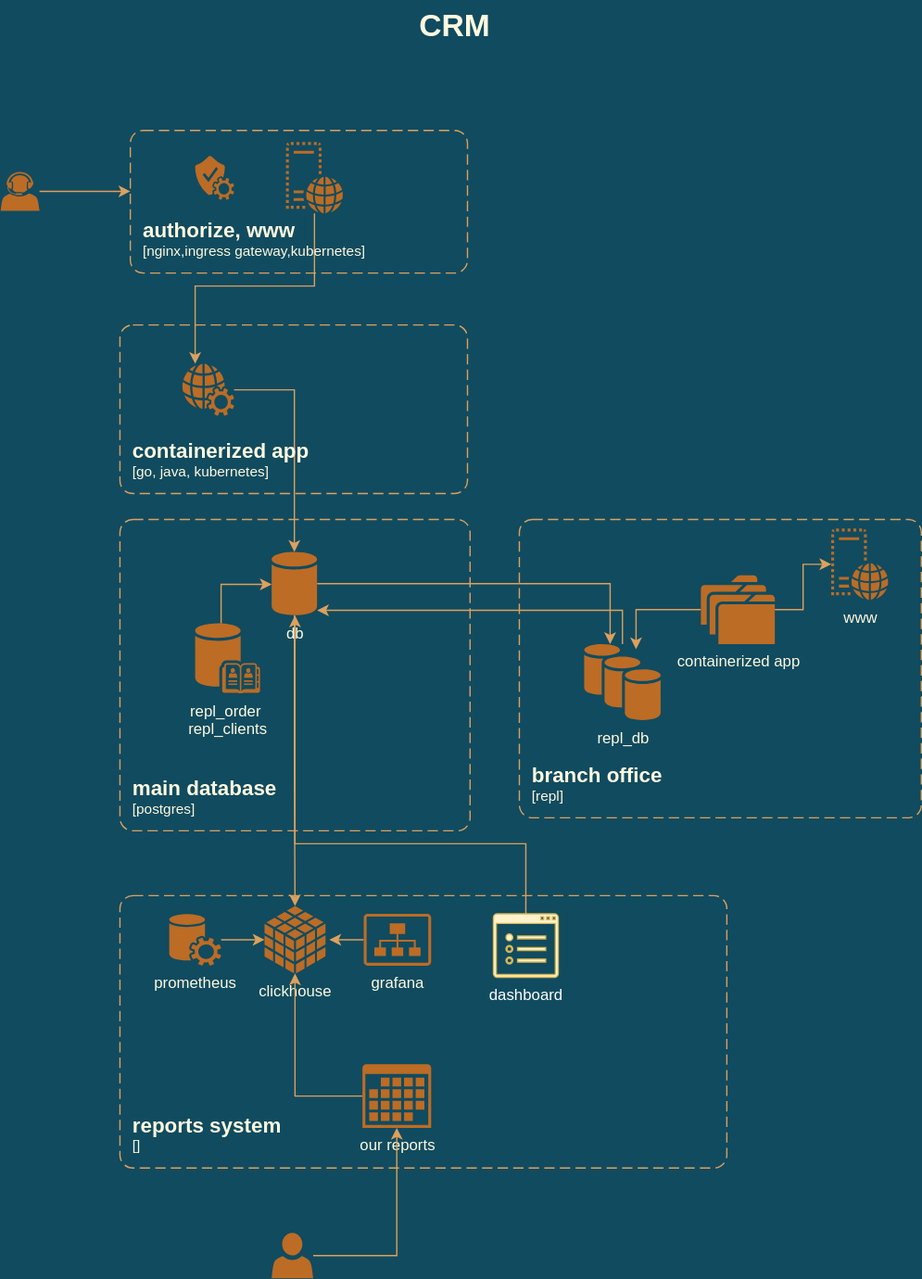
theotheo46/gb keeps this draw.io diagram as arch_schem.svg. Above is the earlier version. Source tidied: cells renumbered, new cells last; positions are measured from the earlier drawing's top-left corner, leaving out a move shared by most shapes.
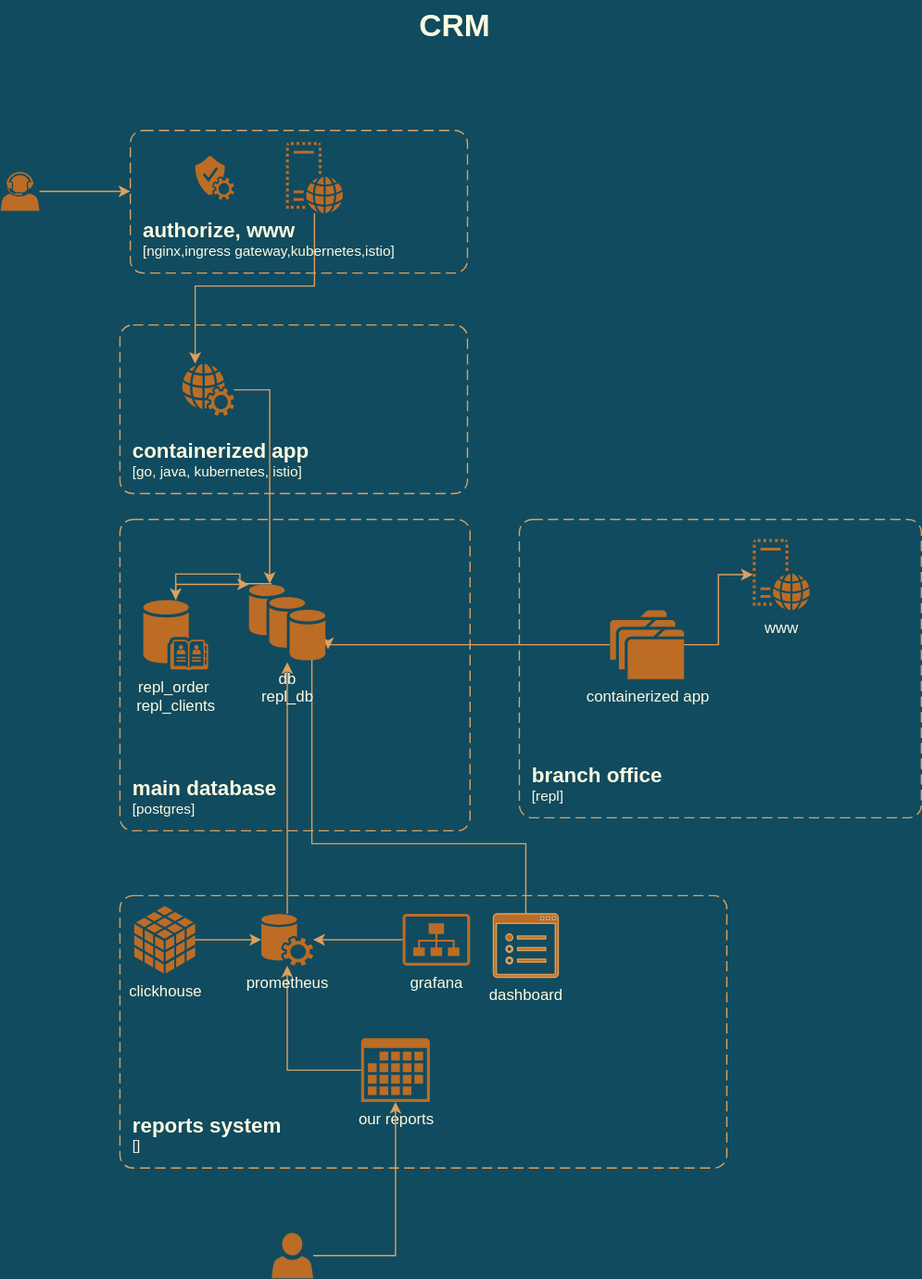
Later version of the same file.

Commit message:
IDEF0 Init

What changed in the source:
```diff
@@ -2,63 +2,51 @@
   <root>
     <mxCell id="0" />
     <mxCell id="1" parent="0" />
-    <mxCell id="2" style="edgeStyle=orthogonalEdgeStyle;rounded=0;jettySize=auto;html=1;strokeColor=#DDA15E;fontColor=#FEFAE0;fillColor=#BC6C25;" parent="1" edge="1" source="4" target="7">
-      <mxGeometry relative="1" as="geometry" />
-    </mxCell>
-    <mxCell id="3" style="edgeStyle=orthogonalEdgeStyle;rounded=0;jettySize=auto;html=1;strokeColor=#DDA15E;fontColor=#FEFAE0;fillColor=#BC6C25;" parent="1" edge="1" source="4" target="6">
-      <mxGeometry relative="1" as="geometry">
-        <Array as="points">
-          <mxPoint x="470" y="450" />
-        </Array>
-      </mxGeometry>
-    </mxCell>
-    <mxCell id="4" value="db" style="sketch=0;shadow=0;dashed=0;html=1;strokeColor=none;fillColor=#BC6C25;labelPosition=center;verticalLabelPosition=bottom;verticalAlign=top;outlineConnect=0;align=center;shape=mxgraph.office.databases.database;fontColor=#FEFAE0;" parent="1" vertex="1">
-      <mxGeometry x="209" y="425" width="35" height="49" as="geometry" />
-    </mxCell>
-    <mxCell id="5" style="edgeStyle=orthogonalEdgeStyle;rounded=0;jettySize=auto;html=1;strokeColor=#DDA15E;fontColor=#FEFAE0;fillColor=#BC6C25;" parent="1" edge="1" source="6" target="4">
-      <mxGeometry relative="1" as="geometry">
-        <Array as="points">
-          <mxPoint x="480" y="470" />
-        </Array>
-      </mxGeometry>
-    </mxCell>
-    <mxCell id="6" value="repl_db" style="sketch=0;shadow=0;dashed=0;html=1;strokeColor=none;fillColor=#BC6C25;labelPosition=center;verticalLabelPosition=bottom;verticalAlign=top;outlineConnect=0;align=center;shape=mxgraph.office.databases.database_availability_group;fontColor=#FEFAE0;" parent="1" vertex="1">
-      <mxGeometry x="450" y="496" width="59" height="59" as="geometry" />
-    </mxCell>
+    <mxCell id="36" style="edgeStyle=orthogonalEdgeStyle;rounded=0;jettySize=auto;html=1;labelBackgroundColor=#283618;strokeColor=#DDA15E;fontColor=#FEFAE0;" parent="1" edge="1" target="14">
+      <mxGeometry relative="1" as="geometry">
+        <mxPoint x="209" y="449.5" as="sourcePoint" />
+      </mxGeometry>
+    </mxCell>
+    <mxCell id="37" style="edgeStyle=orthogonalEdgeStyle;rounded=0;jettySize=auto;html=1;strokeColor=#DDA15E;fontColor=#FEFAE0;fillColor=#BC6C25;" parent="1" edge="1" source="7" target="32">
+      <mxGeometry relative="1" as="geometry" />
+    </mxCell>
     <mxCell id="7" value="clickhouse" style="sketch=0;shadow=0;dashed=0;html=1;strokeColor=none;fillColor=#BC6C25;labelPosition=center;verticalLabelPosition=bottom;verticalAlign=top;outlineConnect=0;align=center;shape=mxgraph.office.databases.database_cube;fontColor=#FEFAE0;" parent="1" vertex="1">
-      <mxGeometry x="203.5" y="698" width="47" height="52" as="geometry" />
+      <mxGeometry x="103" y="698" width="47" height="52" as="geometry" />
     </mxCell>
-    <mxCell id="8" style="edgeStyle=orthogonalEdgeStyle;rounded=0;jettySize=auto;html=1;strokeColor=#DDA15E;fontColor=#FEFAE0;fillColor=#BC6C25;" parent="1" edge="1" source="9" target="4">
-      <mxGeometry relative="1" as="geometry" />
-    </mxCell>
+    <mxCell id="38" style="edgeStyle=orthogonalEdgeStyle;rounded=0;jettySize=auto;html=1;strokeColor=#DDA15E;fontColor=#FEFAE0;fillColor=#BC6C25;entryX=0.271;entryY=-0.008;entryDx=0;entryDy=0;entryPerimeter=0;labelBackgroundColor=#283618;" parent="1" edge="1" source="9" target="47">
+      <mxGeometry relative="1" as="geometry" />
+    </mxCell>
     <mxCell id="9" style="sketch=0;shadow=0;dashed=0;html=1;strokeColor=none;fillColor=#BC6C25;labelPosition=center;verticalLabelPosition=bottom;verticalAlign=top;outlineConnect=0;align=center;shape=mxgraph.office.concepts.web_services;fontColor=#FEFAE0;" parent="1" vertex="1">
       <mxGeometry x="140" y="280" width="40" height="40" as="geometry" />
     </mxCell>
-    <mxCell id="10" style="edgeStyle=orthogonalEdgeStyle;rounded=0;jettySize=auto;html=1;strokeColor=#DDA15E;fontColor=#FEFAE0;fillColor=#BC6C25;" parent="1" edge="1" source="12">
-      <mxGeometry relative="1" as="geometry">
-        <mxPoint x="490" y="500" as="targetPoint" />
-      </mxGeometry>
-    </mxCell>
+    <mxCell id="39" style="edgeStyle=orthogonalEdgeStyle;rounded=0;jettySize=auto;html=1;strokeColor=#DDA15E;fontColor=#FEFAE0;fillColor=#BC6C25;entryX=1.034;entryY=0.847;entryDx=0;entryDy=0;entryPerimeter=0;labelBackgroundColor=#283618;" parent="1" edge="1" source="12" target="47">
+      <mxGeometry relative="1" as="geometry">
+        <Array as="points">
+          <mxPoint x="253" y="497" />
+        </Array>
+      </mxGeometry>
+    </mxCell>
-    <mxCell id="11" style="edgeStyle=orthogonalEdgeStyle;rounded=0;jettySize=auto;html=1;strokeColor=#DDA15E;fontColor=#FEFAE0;fillColor=#BC6C25;" parent="1" edge="1" source="12" target="25">
+    <mxCell id="11" style="edgeStyle=orthogonalEdgeStyle;rounded=0;jettySize=auto;html=1;strokeColor=#DDA15E;fontColor=#FEFAE0;fillColor=#BC6C25;labelBackgroundColor=#283618;" parent="1" edge="1" source="12" target="25">
       <mxGeometry relative="1" as="geometry" />
     </mxCell>
     <mxCell id="12" value="containerized app" style="sketch=0;shadow=0;dashed=0;html=1;strokeColor=none;fillColor=#BC6C25;labelPosition=center;verticalLabelPosition=bottom;verticalAlign=top;outlineConnect=0;align=center;shape=mxgraph.office.concepts.folders;fontColor=#FEFAE0;" parent="1" vertex="1">
-      <mxGeometry x="540" y="443" width="57" height="53" as="geometry" />
+      <mxGeometry x="470" y="470" width="57" height="53" as="geometry" />
     </mxCell>
-    <mxCell id="13" style="edgeStyle=orthogonalEdgeStyle;rounded=0;jettySize=auto;html=1;strokeColor=#DDA15E;fontColor=#FEFAE0;fillColor=#BC6C25;" parent="1" edge="1" source="14" target="4">
-      <mxGeometry relative="1" as="geometry">
-        <Array as="points">
-          <mxPoint x="170" y="450" />
-        </Array>
-      </mxGeometry>
-    </mxCell>
+    <mxCell id="40" style="edgeStyle=orthogonalEdgeStyle;rounded=0;jettySize=auto;html=1;strokeColor=#DDA15E;fontColor=#FEFAE0;fillColor=#BC6C25;labelBackgroundColor=#283618;" parent="1" edge="1" source="14" target="47">
+      <mxGeometry relative="1" as="geometry">
+        <Array as="points">
+          <mxPoint x="170" y="450" />
+          <mxPoint x="294" y="450" />
+        </Array>
+      </mxGeometry>
+    </mxCell>
     <mxCell id="14" value="repl_order&amp;nbsp;&lt;br&gt;repl_clients" style="sketch=0;shadow=0;dashed=0;html=1;strokeColor=none;fillColor=#BC6C25;labelPosition=center;verticalLabelPosition=bottom;verticalAlign=top;outlineConnect=0;align=center;shape=mxgraph.office.databases.address_book_store;fontColor=#FEFAE0;" parent="1" vertex="1">
-      <mxGeometry x="150" y="480" width="50" height="54" as="geometry" />
+      <mxGeometry x="110" y="462" width="50" height="54" as="geometry" />
     </mxCell>
     <mxCell id="15" value="CRM" style="text;strokeColor=none;fillColor=none;html=1;fontSize=24;fontStyle=1;verticalAlign=middle;align=center;fontColor=#FEFAE0;" parent="1" vertex="1">
       <mxGeometry x="300" width="100" height="40" as="geometry" />
     </mxCell>
-    <mxCell id="16" style="edgeStyle=orthogonalEdgeStyle;rounded=0;jettySize=auto;html=1;strokeColor=#DDA15E;fontColor=#FEFAE0;fillColor=#BC6C25;" parent="1" edge="1" source="17" target="9">
+    <mxCell id="16" style="edgeStyle=orthogonalEdgeStyle;rounded=0;jettySize=auto;html=1;strokeColor=#DDA15E;fontColor=#FEFAE0;fillColor=#BC6C25;labelBackgroundColor=#283618;" parent="1" edge="1" source="17" target="9">
       <mxGeometry relative="1" as="geometry">
         <Array as="points">
           <mxPoint x="242" y="220" />
@@ -72,20 +60,20 @@
     <mxCell id="18" style="sketch=0;shadow=0;dashed=0;html=1;strokeColor=none;fillColor=#BC6C25;labelPosition=center;verticalLabelPosition=bottom;verticalAlign=top;align=center;shape=mxgraph.office.services.verification_service;fontColor=#FEFAE0;" parent="1" vertex="1">
       <mxGeometry x="150" y="119.5" width="30" height="34" as="geometry" />
     </mxCell>
-    <mxCell id="19" style="edgeStyle=orthogonalEdgeStyle;rounded=0;jettySize=auto;html=1;strokeColor=#DDA15E;fontColor=#FEFAE0;fillColor=#BC6C25;" parent="1" edge="1" source="20">
-      <mxGeometry relative="1" as="geometry">
-        <mxPoint x="100" y="147" as="targetPoint" />
-      </mxGeometry>
-    </mxCell>
+    <mxCell id="41" style="edgeStyle=orthogonalEdgeStyle;rounded=0;jettySize=auto;html=1;strokeColor=#DDA15E;fontColor=#FEFAE0;fillColor=#BC6C25;labelBackgroundColor=#283618;" parent="1" edge="1" source="20">
+      <mxGeometry relative="1" as="geometry">
+        <mxPoint x="100" y="147" as="targetPoint" />
+      </mxGeometry>
+    </mxCell>
     <mxCell id="20" style="sketch=0;shadow=0;dashed=0;html=1;strokeColor=none;fillColor=#BC6C25;labelPosition=center;verticalLabelPosition=bottom;verticalAlign=top;outlineConnect=0;align=center;shape=mxgraph.office.users.call_center_agent;fontColor=#FEFAE0;" parent="1" vertex="1">
       <mxGeometry y="132" width="30" height="30" as="geometry" />
     </mxCell>
-    <object id="21" label="&lt;font style=&quot;font-size: 16px&quot;&gt;&lt;b&gt;&lt;div style=&quot;text-align: left&quot;&gt;%c4Name%&lt;/div&gt;&lt;/b&gt;&lt;/font&gt;&lt;div style=&quot;text-align: left&quot;&gt;[%c4Application%]&lt;/div&gt;" c4Application="nginx,ingress gateway,kubernetes" c4Name="authorize, www" c4Type="SystemScopeBoundary" placeholders="1">
+    <object id="21" label="&lt;font style=&quot;font-size: 16px&quot;&gt;&lt;b&gt;&lt;div style=&quot;text-align: left&quot;&gt;%c4Name%&lt;/div&gt;&lt;/b&gt;&lt;/font&gt;&lt;div style=&quot;text-align: left&quot;&gt;[%c4Application%]&lt;/div&gt;" c4Application="nginx,ingress gateway,kubernetes,istio" c4Name="authorize, www" c4Type="SystemScopeBoundary" placeholders="1">
       <mxCell style="rounded=1;fontSize=11;whiteSpace=wrap;html=1;dashed=1;arcSize=20;fillColor=none;strokeColor=#DDA15E;fontColor=#FEFAE0;labelBackgroundColor=none;align=left;verticalAlign=bottom;labelBorderColor=none;spacingTop=0;spacing=10;dashPattern=8 4;perimeter=rectanglePerimeter;noLabel=0;labelPadding=0;absoluteArcSize=1;" parent="1" vertex="1">
         <mxGeometry x="100" y="100" width="260" height="110" as="geometry" />
       </mxCell>
     </object>
-    <object id="22" label="&lt;font style=&quot;font-size: 16px&quot;&gt;&lt;b&gt;&lt;div style=&quot;text-align: left&quot;&gt;%c4Name%&lt;/div&gt;&lt;/b&gt;&lt;/font&gt;&lt;div style=&quot;text-align: left&quot;&gt;[%c4Application%]&lt;/div&gt;" c4Application="go, java, kubernetes" c4Name="containerized app" c4Type="SystemScopeBoundary" placeholders="1">
+    <object id="22" label="&lt;font style=&quot;font-size: 16px&quot;&gt;&lt;b&gt;&lt;div style=&quot;text-align: left&quot;&gt;%c4Name%&lt;/div&gt;&lt;/b&gt;&lt;/font&gt;&lt;div style=&quot;text-align: left&quot;&gt;[%c4Application%]&lt;/div&gt;" c4Application="go, java, kubernetes, istio" c4Name="containerized app" c4Type="SystemScopeBoundary" placeholders="1">
       <mxCell style="rounded=1;fontSize=11;whiteSpace=wrap;html=1;dashed=1;arcSize=20;fillColor=none;strokeColor=#DDA15E;fontColor=#FEFAE0;labelBackgroundColor=none;align=left;verticalAlign=bottom;labelBorderColor=none;spacingTop=0;spacing=10;dashPattern=8 4;perimeter=rectanglePerimeter;noLabel=0;labelPadding=0;absoluteArcSize=1;" parent="1" vertex="1">
         <mxGeometry x="92" y="250" width="268" height="130" as="geometry" />
       </mxCell>
@@ -101,47 +89,53 @@
       </mxCell>
     </object>
     <mxCell id="25" value="www" style="sketch=0;shadow=0;dashed=0;html=1;strokeColor=none;fillColor=#BC6C25;labelPosition=center;verticalLabelPosition=bottom;verticalAlign=top;outlineConnect=0;align=center;shape=mxgraph.office.servers.virtual_web_server;fontColor=#FEFAE0;" parent="1" vertex="1">
-      <mxGeometry x="640.5" y="407" width="44" height="55" as="geometry" />
+      <mxGeometry x="580" y="415" width="44" height="55" as="geometry" />
     </mxCell>
     <object id="26" label="&lt;font style=&quot;font-size: 16px&quot;&gt;&lt;b&gt;&lt;div style=&quot;text-align: left&quot;&gt;%c4Name%&lt;/div&gt;&lt;/b&gt;&lt;/font&gt;&lt;div style=&quot;text-align: left&quot;&gt;[%c4Application%]&lt;/div&gt;" c4Application="" c4Name="reports system" c4Type="SystemScopeBoundary" placeholders="1">
       <mxCell style="rounded=1;fontSize=11;whiteSpace=wrap;html=1;dashed=1;arcSize=20;fillColor=none;strokeColor=#DDA15E;fontColor=#FEFAE0;labelBackgroundColor=none;align=left;verticalAlign=bottom;labelBorderColor=none;spacingTop=0;spacing=10;dashPattern=8 4;perimeter=rectanglePerimeter;noLabel=0;labelPadding=0;absoluteArcSize=1;" parent="1" vertex="1">
         <mxGeometry x="92" y="690" width="468" height="210" as="geometry" />
       </mxCell>
     </object>
-    <mxCell id="27" style="edgeStyle=orthogonalEdgeStyle;rounded=0;jettySize=auto;html=1;strokeColor=#DDA15E;fontColor=#FEFAE0;fillColor=#BC6C25;" parent="1" edge="1" source="28" target="7">
-      <mxGeometry relative="1" as="geometry" />
-    </mxCell>
+    <mxCell id="42" style="edgeStyle=orthogonalEdgeStyle;rounded=0;jettySize=auto;html=1;labelBackgroundColor=#283618;strokeColor=#DDA15E;fontColor=#FEFAE0;" parent="1" edge="1" source="28" target="32">
+      <mxGeometry relative="1" as="geometry" />
+    </mxCell>
     <mxCell id="28" value="our reports" style="sketch=0;shadow=0;dashed=0;html=1;strokeColor=none;fillColor=#BC6C25;labelPosition=center;verticalLabelPosition=bottom;verticalAlign=top;outlineConnect=0;align=center;shape=mxgraph.office.concepts.calendar;fontColor=#FEFAE0;" parent="1" vertex="1">
-      <mxGeometry x="279" y="820" width="53" height="49" as="geometry" />
+      <mxGeometry x="278" y="800" width="53" height="49" as="geometry" />
     </mxCell>
-    <mxCell id="29" style="edgeStyle=orthogonalEdgeStyle;rounded=0;jettySize=auto;html=1;entryX=1.064;entryY=0.5;entryDx=0;entryDy=0;entryPerimeter=0;strokeColor=#DDA15E;fontColor=#FEFAE0;fillColor=#BC6C25;" parent="1" edge="1" source="30" target="7">
-      <mxGeometry relative="1" as="geometry" />
-    </mxCell>
+    <mxCell id="43" style="edgeStyle=orthogonalEdgeStyle;rounded=0;jettySize=auto;html=1;labelBackgroundColor=#283618;strokeColor=#DDA15E;fontColor=#FEFAE0;" parent="1" edge="1" source="30" target="32">
+      <mxGeometry relative="1" as="geometry" />
+    </mxCell>
     <mxCell id="30" value="grafana" style="sketch=0;shadow=0;dashed=0;html=1;strokeColor=none;fillColor=#BC6C25;labelPosition=center;verticalLabelPosition=bottom;verticalAlign=top;outlineConnect=0;align=center;shape=mxgraph.office.sites.site_collection;fontColor=#FEFAE0;" parent="1" vertex="1">
-      <mxGeometry x="280" y="704" width="52" height="40" as="geometry" />
+      <mxGeometry x="310" y="704" width="52" height="40" as="geometry" />
     </mxCell>
-    <mxCell id="31" style="edgeStyle=orthogonalEdgeStyle;rounded=0;jettySize=auto;html=1;strokeColor=#DDA15E;fontColor=#FEFAE0;fillColor=#BC6C25;" parent="1" edge="1" source="32" target="7">
-      <mxGeometry relative="1" as="geometry" />
-    </mxCell>
+    <mxCell id="44" style="edgeStyle=orthogonalEdgeStyle;rounded=0;jettySize=auto;html=1;labelBackgroundColor=#283618;strokeColor=#DDA15E;fontColor=#FEFAE0;" parent="1" edge="1" source="32">
+      <mxGeometry relative="1" as="geometry">
+        <mxPoint x="221" y="510" as="targetPoint" />
+      </mxGeometry>
+    </mxCell>
     <mxCell id="32" value="prometheus" style="sketch=0;shadow=0;dashed=0;html=1;strokeColor=none;fillColor=#BC6C25;labelPosition=center;verticalLabelPosition=bottom;verticalAlign=top;outlineConnect=0;align=center;shape=mxgraph.office.services.central_management_service;fontColor=#FEFAE0;" parent="1" vertex="1">
-      <mxGeometry x="130" y="704" width="40" height="40" as="geometry" />
+      <mxGeometry x="201" y="704" width="40" height="40" as="geometry" />
     </mxCell>
-    <mxCell id="33" style="edgeStyle=orthogonalEdgeStyle;rounded=0;jettySize=auto;html=1;strokeColor=#DDA15E;fontColor=#FEFAE0;fillColor=#BC6C25;" parent="1" edge="1" source="34" target="28">
+    <mxCell id="33" style="edgeStyle=orthogonalEdgeStyle;rounded=0;jettySize=auto;html=1;strokeColor=#DDA15E;fontColor=#FEFAE0;fillColor=#BC6C25;labelBackgroundColor=#283618;" parent="1" edge="1" source="34" target="28">
       <mxGeometry relative="1" as="geometry" />
     </mxCell>
     <mxCell id="34" style="sketch=0;shadow=0;dashed=0;html=1;strokeColor=none;fillColor=#BC6C25;labelPosition=center;verticalLabelPosition=bottom;verticalAlign=top;outlineConnect=0;align=center;shape=mxgraph.office.users.user;fontColor=#FEFAE0;" parent="1" vertex="1">
       <mxGeometry x="209" y="950" width="32" height="35" as="geometry" />
     </mxCell>
-    <mxCell id="35" style="edgeStyle=orthogonalEdgeStyle;rounded=0;jettySize=auto;html=1;strokeColor=#DDA15E;fontColor=#FFFFFF;fillColor=#BC6C25;" parent="1" edge="1" source="36" target="4">
-      <mxGeometry relative="1" as="geometry">
-        <Array as="points">
-          <mxPoint x="405" y="650" />
-          <mxPoint x="227" y="650" />
-        </Array>
-      </mxGeometry>
-    </mxCell>
-    <mxCell id="36" value="dashboard" style="sketch=0;shadow=0;dashed=0;html=1;strokeColor=#d6b656;fillColor=#fff2cc;labelPosition=center;verticalLabelPosition=bottom;verticalAlign=top;outlineConnect=0;align=center;shape=mxgraph.office.concepts.properties;fontColor=#FFFFFF;" parent="1" vertex="1">
-      <mxGeometry x="380" y="704" width="50" height="49" as="geometry" />
-    </mxCell>
+    <mxCell id="45" style="edgeStyle=orthogonalEdgeStyle;rounded=0;jettySize=auto;html=1;strokeColor=#DDA15E;fontColor=#FEFAE0;fillColor=#BC6C25;labelBackgroundColor=#283618;" parent="1" edge="1" source="46">
+      <mxGeometry relative="1" as="geometry">
+        <mxPoint x="240" y="490" as="targetPoint" />
+        <Array as="points">
+          <mxPoint x="405" y="650" />
+          <mxPoint x="240" y="650" />
+        </Array>
+      </mxGeometry>
+    </mxCell>
+    <mxCell id="46" value="dashboard" style="sketch=0;shadow=0;dashed=0;html=1;strokeColor=#DDA15E;fillColor=#BC6C25;labelPosition=center;verticalLabelPosition=bottom;verticalAlign=top;outlineConnect=0;align=center;shape=mxgraph.office.concepts.properties;fontColor=#FEFAE0;" parent="1" vertex="1">
+      <mxGeometry x="380" y="704" width="50" height="49" as="geometry" />
+    </mxCell>
+    <mxCell id="47" value="db&lt;br&gt;repl_db" style="sketch=0;shadow=0;dashed=0;html=1;strokeColor=none;fillColor=#BC6C25;labelPosition=center;verticalLabelPosition=bottom;verticalAlign=top;outlineConnect=0;align=center;shape=mxgraph.office.databases.database_availability_group;fontColor=#FEFAE0;" parent="1" vertex="1">
+      <mxGeometry x="191.5" y="450" width="59" height="59" as="geometry" />
+    </mxCell>
   </root>
 </mxGraphModel>
```
